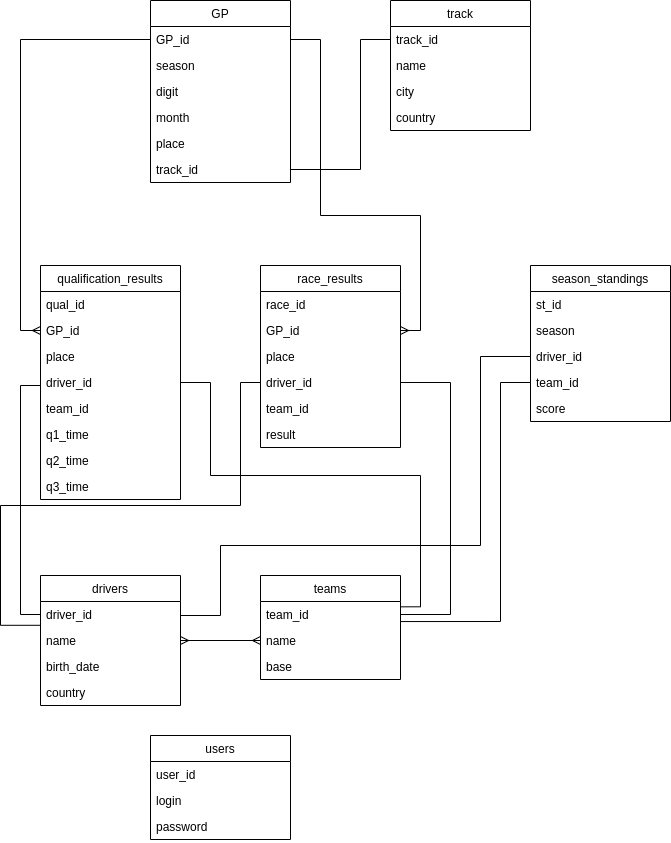
Before: img/db_diagram.png, a diagram exported from draw.io (SweetBloody/bmstu_web). Source tidied: cells renumbered, new cells last; positions are measured from the earlier drawing's top-left corner, leaving out a move shared by most shapes. Its diagram source:
```xml
<mxGraphModel>
  <root>
    <mxCell id="0" />
    <mxCell id="1" parent="0" />
    <mxCell id="2" value="GP" style="swimlane;fontStyle=0;horizontal=1;startSize=26;fillColor=none;" parent="1" vertex="1">
      <mxGeometry x="150" width="140" height="182" as="geometry" />
    </mxCell>
    <mxCell id="3" value="GP_id" style="text;strokeColor=none;fillColor=none;align=left;verticalAlign=top;spacingLeft=4;spacingRight=4;overflow=hidden;points=[[0,0.5],[1,0.5]];portConstraint=eastwest;" parent="2" vertex="1">
      <mxGeometry y="26" width="140" height="26" as="geometry" />
    </mxCell>
    <mxCell id="4" value="season" style="text;strokeColor=none;fillColor=none;align=left;verticalAlign=top;spacingLeft=4;spacingRight=4;overflow=hidden;" parent="2" vertex="1">
      <mxGeometry y="52" width="140" height="26" as="geometry" />
    </mxCell>
    <mxCell id="5" value="digit" style="text;strokeColor=none;fillColor=none;align=left;verticalAlign=top;spacingLeft=4;spacingRight=4;overflow=hidden;" parent="2" vertex="1">
      <mxGeometry y="78" width="140" height="26" as="geometry" />
    </mxCell>
    <mxCell id="6" value="month" style="text;strokeColor=none;fillColor=none;align=left;verticalAlign=top;spacingLeft=4;spacingRight=4;overflow=hidden;" parent="2" vertex="1">
      <mxGeometry y="104" width="140" height="26" as="geometry" />
    </mxCell>
    <mxCell id="7" value="place" style="text;strokeColor=none;fillColor=none;align=left;verticalAlign=top;spacingLeft=4;spacingRight=4;overflow=hidden;" parent="2" vertex="1">
      <mxGeometry y="130" width="140" height="26" as="geometry" />
    </mxCell>
    <mxCell id="8" value="track_id" style="text;strokeColor=none;fillColor=none;align=left;verticalAlign=top;spacingLeft=4;spacingRight=4;overflow=hidden;points=[[0,0.5],[1,0.5]];portConstraint=eastwest;" parent="2" vertex="1">
      <mxGeometry y="156" width="140" height="26" as="geometry" />
    </mxCell>
    <mxCell id="9" value="qualification_results" style="swimlane;fontStyle=0;horizontal=1;startSize=26;fillColor=none;" parent="1" vertex="1">
      <mxGeometry x="40" y="265" width="140" height="234" as="geometry" />
    </mxCell>
    <mxCell id="10" value="qual_id" style="text;strokeColor=none;fillColor=none;align=left;verticalAlign=top;spacingLeft=4;spacingRight=4;overflow=hidden;" parent="9" vertex="1">
      <mxGeometry y="26" width="140" height="26" as="geometry" />
    </mxCell>
    <mxCell id="11" value="GP_id" style="text;strokeColor=none;fillColor=none;align=left;verticalAlign=top;spacingLeft=4;spacingRight=4;overflow=hidden;points=[[0,0.5],[1,0.5]];portConstraint=eastwest;" parent="9" vertex="1">
      <mxGeometry y="52" width="140" height="26" as="geometry" />
    </mxCell>
    <mxCell id="12" value="place" style="text;strokeColor=none;fillColor=none;align=left;verticalAlign=top;spacingLeft=4;spacingRight=4;overflow=hidden;" parent="9" vertex="1">
      <mxGeometry y="78" width="140" height="26" as="geometry" />
    </mxCell>
    <mxCell id="13" value="driver_id" style="text;strokeColor=none;fillColor=none;align=left;verticalAlign=top;spacingLeft=4;spacingRight=4;overflow=hidden;points=[[0,0.5],[1,0.5]];portConstraint=eastwest;" parent="9" vertex="1">
      <mxGeometry y="104" width="140" height="26" as="geometry" />
    </mxCell>
    <mxCell id="14" value="team_id" style="text;strokeColor=none;fillColor=none;align=left;verticalAlign=top;spacingLeft=4;spacingRight=4;overflow=hidden;points=[[0,0.5],[1,0.5]];portConstraint=eastwest;" parent="9" vertex="1">
      <mxGeometry y="130" width="140" height="26" as="geometry" />
    </mxCell>
    <mxCell id="15" value="q1_time" style="text;strokeColor=none;fillColor=none;align=left;verticalAlign=top;spacingLeft=4;spacingRight=4;overflow=hidden;" parent="9" vertex="1">
      <mxGeometry y="156" width="140" height="26" as="geometry" />
    </mxCell>
    <mxCell id="16" value="q2_time" style="text;strokeColor=none;fillColor=none;align=left;verticalAlign=top;spacingLeft=4;spacingRight=4;overflow=hidden;" parent="9" vertex="1">
      <mxGeometry y="182" width="140" height="26" as="geometry" />
    </mxCell>
    <mxCell id="17" value="q3_time" style="text;strokeColor=none;fillColor=none;align=left;verticalAlign=top;spacingLeft=4;spacingRight=4;overflow=hidden;" parent="9" vertex="1">
      <mxGeometry y="208" width="140" height="26" as="geometry" />
    </mxCell>
    <mxCell id="18" value="race_results" style="swimlane;fontStyle=0;horizontal=1;startSize=26;fillColor=none;" parent="1" vertex="1">
      <mxGeometry x="260" y="265" width="140" height="182" as="geometry" />
    </mxCell>
    <mxCell id="19" value="race_id" style="text;strokeColor=none;fillColor=none;align=left;verticalAlign=top;spacingLeft=4;spacingRight=4;overflow=hidden;" parent="18" vertex="1">
      <mxGeometry y="26" width="140" height="26" as="geometry" />
    </mxCell>
    <mxCell id="20" value="GP_id" style="text;strokeColor=none;fillColor=none;align=left;verticalAlign=top;spacingLeft=4;spacingRight=4;overflow=hidden;points=[[0,0.5],[1,0.5]];portConstraint=eastwest;" parent="18" vertex="1">
      <mxGeometry y="52" width="140" height="26" as="geometry" />
    </mxCell>
    <mxCell id="21" value="place" style="text;strokeColor=none;fillColor=none;align=left;verticalAlign=top;spacingLeft=4;spacingRight=4;overflow=hidden;" parent="18" vertex="1">
      <mxGeometry y="78" width="140" height="26" as="geometry" />
    </mxCell>
    <mxCell id="22" value="driver_id" style="text;strokeColor=none;fillColor=none;align=left;verticalAlign=top;spacingLeft=4;spacingRight=4;overflow=hidden;points=[[0,0.5],[1,0.5]];portConstraint=eastwest;" parent="18" vertex="1">
      <mxGeometry y="104" width="140" height="26" as="geometry" />
    </mxCell>
    <mxCell id="23" value="team_id" style="text;strokeColor=none;fillColor=none;align=left;verticalAlign=top;spacingLeft=4;spacingRight=4;overflow=hidden;points=[[0,0.5],[1,0.5]];portConstraint=eastwest;" parent="18" vertex="1">
      <mxGeometry y="130" width="140" height="26" as="geometry" />
    </mxCell>
    <mxCell id="24" value="result" style="text;strokeColor=none;fillColor=none;align=left;verticalAlign=top;spacingLeft=4;spacingRight=4;overflow=hidden;" parent="18" vertex="1">
      <mxGeometry y="156" width="140" height="26" as="geometry" />
    </mxCell>
    <mxCell id="25" value="drivers" style="swimlane;fontStyle=0;horizontal=1;startSize=26;fillColor=none;" parent="1" vertex="1">
      <mxGeometry x="40" y="575" width="140" height="130" as="geometry" />
    </mxCell>
    <mxCell id="26" value="driver_id" style="text;strokeColor=none;fillColor=none;align=left;verticalAlign=top;spacingLeft=4;spacingRight=4;overflow=hidden;points=[[0,0.5],[1,0.5]];portConstraint=eastwest;" parent="25" vertex="1">
      <mxGeometry y="26" width="140" height="26" as="geometry" />
    </mxCell>
    <mxCell id="27" value="name" style="text;strokeColor=none;fillColor=none;align=left;verticalAlign=top;spacingLeft=4;spacingRight=4;overflow=hidden;points=[[0,0.5],[1,0.5]];portConstraint=eastwest;" parent="25" vertex="1">
      <mxGeometry y="52" width="140" height="26" as="geometry" />
    </mxCell>
    <mxCell id="28" value="birth_date" style="text;strokeColor=none;fillColor=none;align=left;verticalAlign=top;spacingLeft=4;spacingRight=4;overflow=hidden;" parent="25" vertex="1">
      <mxGeometry y="78" width="140" height="26" as="geometry" />
    </mxCell>
    <mxCell id="29" value="country" style="text;strokeColor=none;fillColor=none;align=left;verticalAlign=top;spacingLeft=4;spacingRight=4;overflow=hidden;" parent="25" vertex="1">
      <mxGeometry y="104" width="140" height="26" as="geometry" />
    </mxCell>
    <mxCell id="30" value="teams" style="swimlane;fontStyle=0;horizontal=1;startSize=26;fillColor=none;" parent="1" vertex="1">
      <mxGeometry x="260" y="575" width="140" height="104" as="geometry" />
    </mxCell>
    <mxCell id="31" value="team_id" style="text;strokeColor=none;fillColor=none;align=left;verticalAlign=top;spacingLeft=4;spacingRight=4;overflow=hidden;points=[[0,0.5],[1,0.5]];portConstraint=eastwest;" parent="30" vertex="1">
      <mxGeometry y="26" width="140" height="26" as="geometry" />
    </mxCell>
    <mxCell id="32" value="name" style="text;strokeColor=none;fillColor=none;align=left;verticalAlign=top;spacingLeft=4;spacingRight=4;overflow=hidden;points=[[0,0.5],[1,0.5]];portConstraint=eastwest;" parent="30" vertex="1">
      <mxGeometry y="52" width="140" height="26" as="geometry" />
    </mxCell>
    <mxCell id="33" value="base" style="text;strokeColor=none;fillColor=none;align=left;verticalAlign=top;spacingLeft=4;spacingRight=4;overflow=hidden;" parent="30" vertex="1">
      <mxGeometry y="78" width="140" height="26" as="geometry" />
    </mxCell>
    <mxCell id="34" style="fontSize=12;html=1;endArrow=ERmany;rounded=0;entryX=0;entryY=0.5;entryDx=0;entryDy=0;exitX=0;exitY=0.5;exitDx=0;exitDy=0;edgeStyle=orthogonalEdgeStyle;" parent="1" edge="1" source="3" target="11">
      <mxGeometry relative="1" as="geometry">
        <Array as="points">
          <mxPoint x="20" y="39" />
          <mxPoint x="20" y="330" />
        </Array>
      </mxGeometry>
    </mxCell>
    <mxCell id="35" style="edgeStyle=orthogonalEdgeStyle;fontSize=12;html=1;endArrow=ERmany;startArrow=ERmany;rounded=0;exitX=1;exitY=0.5;exitDx=0;exitDy=0;entryX=0;entryY=0.5;entryDx=0;entryDy=0;" parent="1" edge="1" source="27" target="32">
      <mxGeometry relative="1" as="geometry" />
    </mxCell>
    <mxCell id="36" value="track" style="swimlane;fontStyle=0;horizontal=1;startSize=26;fillColor=none;" parent="1" vertex="1">
      <mxGeometry x="390" width="140" height="130" as="geometry" />
    </mxCell>
    <mxCell id="37" value="track_id" style="text;strokeColor=none;fillColor=none;align=left;verticalAlign=top;spacingLeft=4;spacingRight=4;overflow=hidden;points=[[0,0.5],[1,0.5]];portConstraint=eastwest;" parent="36" vertex="1">
      <mxGeometry y="26" width="140" height="26" as="geometry" />
    </mxCell>
    <mxCell id="38" value="name" style="text;strokeColor=none;fillColor=none;align=left;verticalAlign=top;spacingLeft=4;spacingRight=4;overflow=hidden;" parent="36" vertex="1">
      <mxGeometry y="52" width="140" height="26" as="geometry" />
    </mxCell>
    <mxCell id="39" value="city" style="text;strokeColor=none;fillColor=none;align=left;verticalAlign=top;spacingLeft=4;spacingRight=4;overflow=hidden;" parent="36" vertex="1">
      <mxGeometry y="78" width="140" height="26" as="geometry" />
    </mxCell>
    <mxCell id="40" value="country" style="text;strokeColor=none;fillColor=none;align=left;verticalAlign=top;spacingLeft=4;spacingRight=4;overflow=hidden;" parent="36" vertex="1">
      <mxGeometry y="104" width="140" height="26" as="geometry" />
    </mxCell>
    <mxCell id="41" style="endArrow=none;html=1;rounded=0;entryX=0;entryY=0.5;entryDx=0;entryDy=0;exitX=1;exitY=0.5;exitDx=0;exitDy=0;edgeStyle=orthogonalEdgeStyle;" parent="1" edge="1" source="8" target="37">
      <mxGeometry relative="1" as="geometry">
        <Array as="points">
          <mxPoint x="360" y="169" />
          <mxPoint x="360" y="39" />
        </Array>
      </mxGeometry>
    </mxCell>
    <mxCell id="42" style="fontSize=12;html=1;endArrow=ERmany;rounded=0;entryX=1;entryY=0.5;entryDx=0;entryDy=0;exitX=1;exitY=0.5;exitDx=0;exitDy=0;edgeStyle=orthogonalEdgeStyle;" parent="1" edge="1" source="3" target="20">
      <mxGeometry relative="1" as="geometry">
        <Array as="points">
          <mxPoint x="320" y="39" />
          <mxPoint x="320" y="215" />
          <mxPoint x="420" y="215" />
          <mxPoint x="420" y="330" />
        </Array>
      </mxGeometry>
    </mxCell>
    <mxCell id="43" style="endArrow=none;html=1;rounded=0;entryX=0;entryY=0.5;entryDx=0;entryDy=0;exitX=0;exitY=0.5;exitDx=0;exitDy=0;edgeStyle=orthogonalEdgeStyle;" parent="1" edge="1" source="26" target="13">
      <mxGeometry relative="1" as="geometry">
        <Array as="points">
          <mxPoint x="20" y="614" />
          <mxPoint x="20" y="385" />
          <mxPoint x="40" y="385" />
        </Array>
      </mxGeometry>
    </mxCell>
    <mxCell id="44" style="endArrow=none;html=1;rounded=0;entryX=0;entryY=0.5;entryDx=0;entryDy=0;edgeStyle=orthogonalEdgeStyle;exitX=0.003;exitY=0.915;exitDx=0;exitDy=0;exitPerimeter=0;" parent="1" edge="1" source="26" target="22">
      <mxGeometry relative="1" as="geometry">
        <Array as="points">
          <mxPoint y="625" />
          <mxPoint y="505" />
          <mxPoint x="240" y="505" />
          <mxPoint x="240" y="382" />
        </Array>
      </mxGeometry>
    </mxCell>
    <mxCell id="45" style="endArrow=none;html=1;rounded=0;exitX=0.998;exitY=0.205;exitDx=0;exitDy=0;edgeStyle=orthogonalEdgeStyle;entryX=1;entryY=0.5;entryDx=0;entryDy=0;exitPerimeter=0;" parent="1" edge="1" source="31" target="14">
      <mxGeometry relative="1" as="geometry">
        <Array as="points">
          <mxPoint x="420" y="606" />
          <mxPoint x="420" y="475" />
          <mxPoint x="210" y="475" />
          <mxPoint x="210" y="382" />
        </Array>
      </mxGeometry>
    </mxCell>
    <mxCell id="46" style="endArrow=none;html=1;rounded=0;entryX=1;entryY=0.5;entryDx=0;entryDy=0;exitX=1;exitY=0.5;exitDx=0;exitDy=0;edgeStyle=orthogonalEdgeStyle;" parent="1" edge="1" source="31" target="23">
      <mxGeometry relative="1" as="geometry">
        <Array as="points">
          <mxPoint x="450" y="614" />
          <mxPoint x="450" y="382" />
        </Array>
      </mxGeometry>
    </mxCell>
    <mxCell id="47" value="users" style="swimlane;fontStyle=0;horizontal=1;startSize=26;fillColor=none;" parent="1" vertex="1">
      <mxGeometry x="150" y="735" width="140" height="104" as="geometry" />
    </mxCell>
    <mxCell id="48" value="user_id" style="text;strokeColor=none;fillColor=none;align=left;verticalAlign=top;spacingLeft=4;spacingRight=4;overflow=hidden;" parent="47" vertex="1">
      <mxGeometry y="26" width="140" height="26" as="geometry" />
    </mxCell>
    <mxCell id="49" value="login" style="text;strokeColor=none;fillColor=none;align=left;verticalAlign=top;spacingLeft=4;spacingRight=4;overflow=hidden;" parent="47" vertex="1">
      <mxGeometry y="52" width="140" height="26" as="geometry" />
    </mxCell>
    <mxCell id="50" value="password" style="text;strokeColor=none;fillColor=none;align=left;verticalAlign=top;spacingLeft=4;spacingRight=4;overflow=hidden;" parent="47" vertex="1">
      <mxGeometry y="78" width="140" height="26" as="geometry" />
    </mxCell>
    <mxCell id="51" value="season_standings" style="swimlane;fontStyle=0;horizontal=1;startSize=26;fillColor=none;" parent="1" vertex="1">
      <mxGeometry x="530" y="265" width="140" height="156" as="geometry" />
    </mxCell>
    <mxCell id="52" value="st_id" style="text;strokeColor=none;fillColor=none;align=left;verticalAlign=top;spacingLeft=4;spacingRight=4;overflow=hidden;" parent="51" vertex="1">
      <mxGeometry y="26" width="140" height="26" as="geometry" />
    </mxCell>
    <mxCell id="53" value="season" style="text;strokeColor=none;fillColor=none;align=left;verticalAlign=top;spacingLeft=4;spacingRight=4;overflow=hidden;" parent="51" vertex="1">
      <mxGeometry y="52" width="140" height="26" as="geometry" />
    </mxCell>
    <mxCell id="54" value="driver_id" style="text;strokeColor=none;fillColor=none;align=left;verticalAlign=top;spacingLeft=4;spacingRight=4;overflow=hidden;points=[[0,0.5],[1,0.5]];portConstraint=eastwest;" parent="51" vertex="1">
      <mxGeometry y="78" width="140" height="26" as="geometry" />
    </mxCell>
    <mxCell id="55" value="team_id" style="text;strokeColor=none;fillColor=none;align=left;verticalAlign=top;spacingLeft=4;spacingRight=4;overflow=hidden;points=[[0,0.5],[1,0.5]];portConstraint=eastwest;" parent="51" vertex="1">
      <mxGeometry y="104" width="140" height="26" as="geometry" />
    </mxCell>
    <mxCell id="56" value="score" style="text;strokeColor=none;fillColor=none;align=left;verticalAlign=top;spacingLeft=4;spacingRight=4;overflow=hidden;" parent="51" vertex="1">
      <mxGeometry y="130" width="140" height="26" as="geometry" />
    </mxCell>
    <mxCell id="57" style="endArrow=none;html=1;rounded=0;exitX=1;exitY=0.5;exitDx=0;exitDy=0;edgeStyle=orthogonalEdgeStyle;entryX=0;entryY=0.5;entryDx=0;entryDy=0;" parent="1" edge="1" source="26" target="54">
      <mxGeometry relative="1" as="geometry">
        <Array as="points">
          <mxPoint x="180" y="615" />
          <mxPoint x="220" y="615" />
          <mxPoint x="220" y="545" />
          <mxPoint x="480" y="545" />
          <mxPoint x="480" y="356" />
        </Array>
      </mxGeometry>
    </mxCell>
    <mxCell id="58" style="endArrow=none;html=1;rounded=0;exitX=0.997;exitY=0.771;exitDx=0;exitDy=0;edgeStyle=orthogonalEdgeStyle;entryX=0;entryY=0.5;entryDx=0;entryDy=0;exitPerimeter=0;" parent="1" edge="1" source="31" target="55">
      <mxGeometry relative="1" as="geometry">
        <Array as="points">
          <mxPoint x="500" y="621" />
          <mxPoint x="500" y="382" />
        </Array>
      </mxGeometry>
    </mxCell>
  </root>
</mxGraphModel>
```
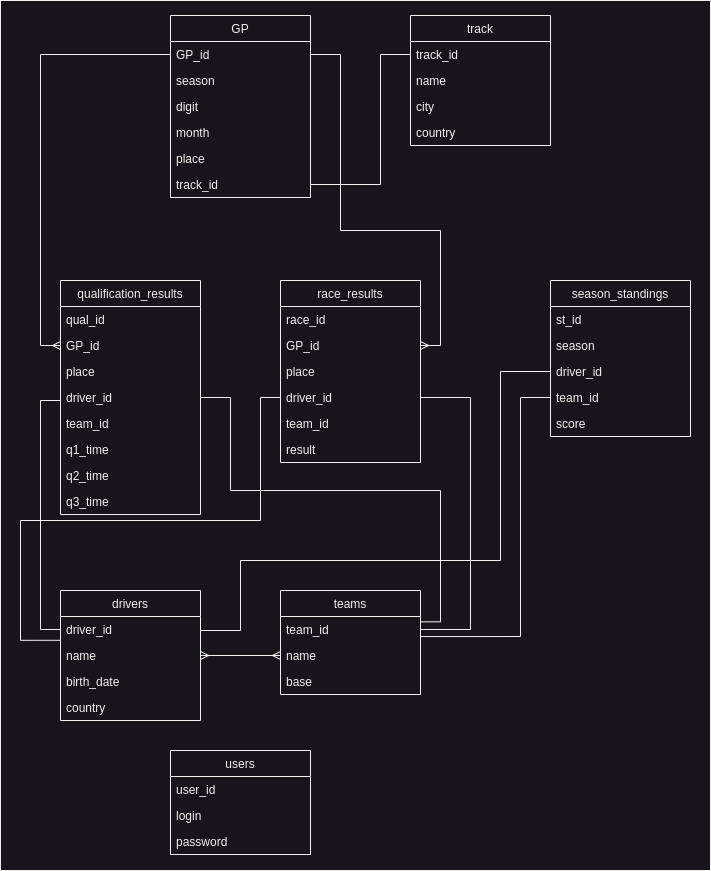
After the change.

Change to the diagram source:
```diff
@@ -2,6 +2,9 @@
   <root>
     <mxCell id="0" />
     <mxCell id="1" parent="0" />
+    <mxCell id="59" style="rounded=0;whiteSpace=wrap;html=1;" parent="1" vertex="1">
+      <mxGeometry x="-20" y="-15" width="710" height="870" as="geometry" />
+    </mxCell>
     <mxCell id="2" value="GP" style="swimlane;fontStyle=0;horizontal=1;startSize=26;fillColor=none;" parent="1" vertex="1">
       <mxGeometry x="150" width="140" height="182" as="geometry" />
     </mxCell>
```
